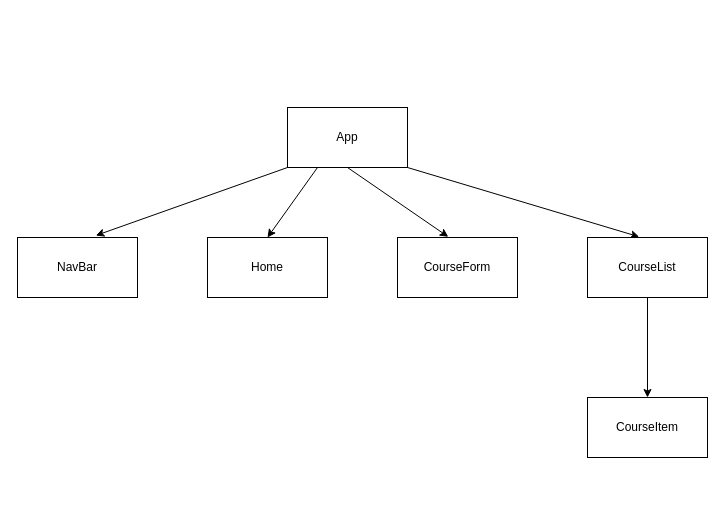
Before: src/course.drawio in craigjford/react-cjf-final-project, a draw.io diagram. Source tidied: cells renumbered, new cells numbered last; positions are measured from the earlier drawing's top-left corner, leaving out a move shared by most shapes. Both pictures are drawn from the tidied source at 100%, with x=0, y=0 at pixel (17, 107).
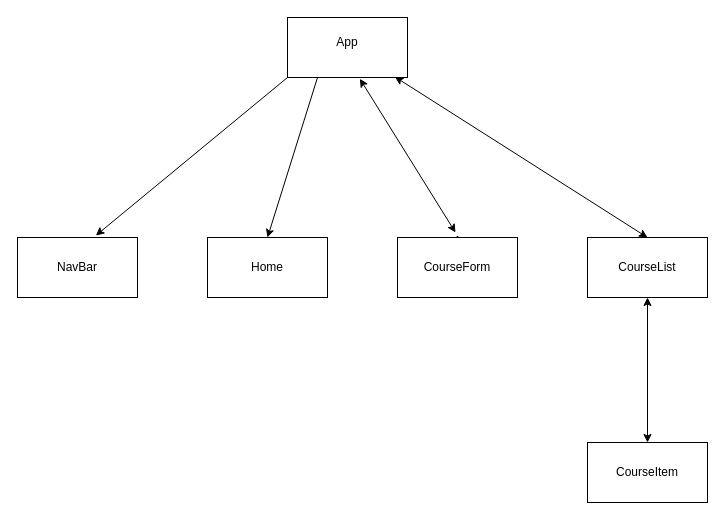
Above is the later version.

Unchanged cells that the change refers to:
```xml
<mxCell id="8" style="rounded=0;whiteSpace=wrap;html=1;" parent="1" vertex="1">
  <mxGeometry x="380" y="130" width="120" height="60" as="geometry" />
</mxCell>
<mxCell id="10" style="rounded=0;whiteSpace=wrap;html=1;" parent="1" vertex="1">
  <mxGeometry x="570" y="130" width="120" height="60" as="geometry" />
</mxCell>
```

What changed in the source:
```diff
@@
-    <mxCell id="3" style="html=1;exitX=0.5;exitY=1;exitDx=0;exitDy=0;entryX=0.423;entryY=-0.011;entryDx=0;entryDy=0;entryPerimeter=0;" parent="1" edge="1" source="6" target="8">
-      <mxGeometry relative="1" as="geometry" />
-    </mxCell>
-    <mxCell id="4" style="edgeStyle=none;html=1;exitX=1;exitY=1;exitDx=0;exitDy=0;entryX=0.431;entryY=-0.011;entryDx=0;entryDy=0;entryPerimeter=0;" parent="1" edge="1" source="6" target="10">
-      <mxGeometry relative="1" as="geometry" />
-    </mxCell>
@@
     <mxCell id="6" style="rounded=0;whiteSpace=wrap;html=1;" parent="1" vertex="1">
-      <mxGeometry x="270" width="120" height="60" as="geometry" />
+      <mxGeometry x="270" y="-90" width="120" height="60" as="geometry" />
     </mxCell>
@@
+    <mxCell id="19" style="edgeStyle=none;html=1;" parent="1" edge="1" source="8">
+      <mxGeometry relative="1" as="geometry">
+        <mxPoint x="440" y="127.3" as="targetPoint" />
+      </mxGeometry>
+    </mxCell>
@@
-    <mxCell id="9" style="edgeStyle=none;html=1;exitX=0.5;exitY=1;exitDx=0;exitDy=0;entryX=0.5;entryY=0;entryDx=0;entryDy=0;" parent="1" edge="1" source="10" target="11">
-      <mxGeometry relative="1" as="geometry" />
-    </mxCell>
@@
     <mxCell id="11" style="rounded=0;whiteSpace=wrap;html=1;" parent="1" vertex="1">
-      <mxGeometry x="570" y="290" width="120" height="60" as="geometry" />
+      <mxGeometry x="570" y="335" width="120" height="60" as="geometry" />
     </mxCell>
     <mxCell id="12" value="App" style="text;html=1;strokeColor=none;fillColor=none;align=center;verticalAlign=middle;whiteSpace=wrap;rounded=0;" parent="1" vertex="1">
-      <mxGeometry x="300" y="15" width="60" height="30" as="geometry" />
+      <mxGeometry x="300" y="-80" width="60" height="30" as="geometry" />
     </mxCell>
@@
     <mxCell id="16" value="CourseItem" style="text;html=1;strokeColor=none;fillColor=none;align=center;verticalAlign=middle;whiteSpace=wrap;rounded=0;" parent="1" vertex="1">
-      <mxGeometry x="600" y="305" width="60" height="30" as="geometry" />
+      <mxGeometry x="600" y="350" width="60" height="30" as="geometry" />
     </mxCell>
@@
+    <mxCell id="20" style="endArrow=classic;startArrow=classic;html=1;entryX=0.603;entryY=1.022;entryDx=0;entryDy=0;entryPerimeter=0;" parent="1" edge="1" target="6">
+      <mxGeometry relative="1" as="geometry">
+        <mxPoint x="438" y="125" as="sourcePoint" />
+      </mxGeometry>
+    </mxCell>
+    <mxCell id="21" style="endArrow=classic;startArrow=classic;html=1;entryX=0.895;entryY=0.989;entryDx=0;entryDy=0;entryPerimeter=0;exitX=0.5;exitY=0;exitDx=0;exitDy=0;" parent="1" edge="1" source="10" target="6">
+      <mxGeometry relative="1" as="geometry" />
+    </mxCell>
+    <mxCell id="22" style="endArrow=classic;startArrow=classic;html=1;entryX=0.5;entryY=1;entryDx=0;entryDy=0;exitX=0.5;exitY=0;exitDx=0;exitDy=0;" parent="1" edge="1" source="11" target="10">
+      <mxGeometry relative="1" as="geometry" />
+    </mxCell>
```
